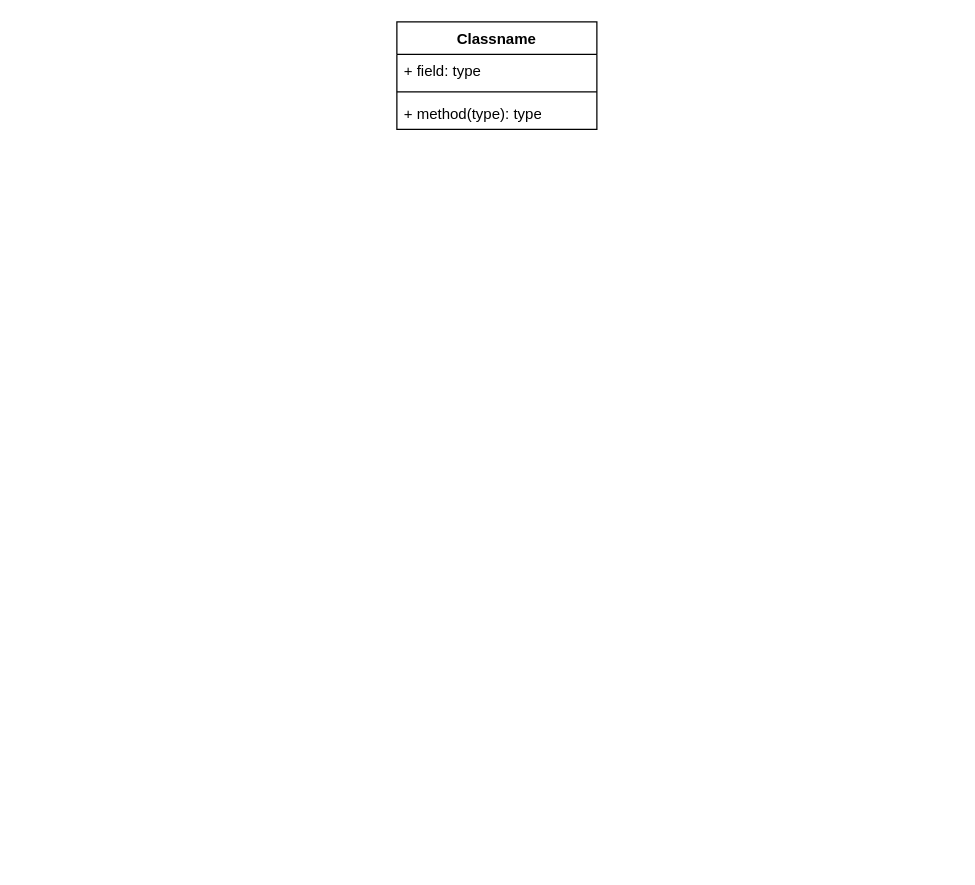
Before: page "uml" (2 of 2) of tongdengfund/ppl.drawio in mistyeye11/drawio, a draw.io diagram. Source tidied: cells renumbered, new cells numbered last; positions are measured from the earlier drawing's top-left corner, leaving out a move shared by most shapes. Both pictures are drawn from the tidied source at 125%, with x=0, y=0 at pixel (396, 21).
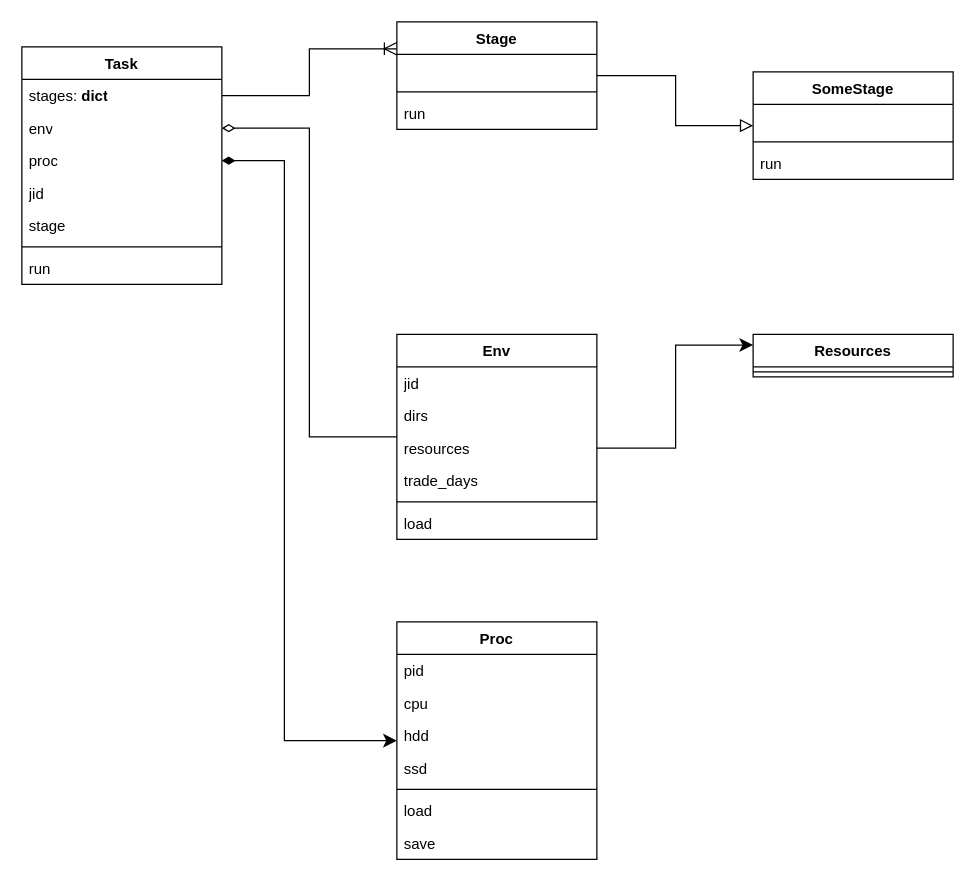
After the change.

Change to the diagram source:
```diff
@@
+    <mxCell id="6" style="edgeStyle=elbowEdgeStyle;rounded=0;jettySize=auto;html=1;fontSize=12;startSize=8;endSize=8;endArrow=block;endFill=0;" parent="1" edge="1" source="2" target="25">
+      <mxGeometry relative="1" as="geometry" />
+    </mxCell>
-    <mxCell id="2" value="Classname" style="swimlane;fontStyle=1;align=center;verticalAlign=top;horizontal=1;startSize=26;whiteSpace=wrap;html=1;" parent="1" vertex="1">
+    <mxCell id="2" value="Stage" style="swimlane;fontStyle=1;align=center;verticalAlign=top;horizontal=1;startSize=26;whiteSpace=wrap;html=1;" parent="1" vertex="1">
       <mxGeometry width="160" height="86" as="geometry" />
     </mxCell>
-    <mxCell id="3" value="+ field: type" style="text;strokeColor=none;fillColor=none;align=left;verticalAlign=top;spacingLeft=4;spacingRight=4;overflow=hidden;whiteSpace=wrap;html=1;" parent="2" vertex="1">
+    <mxCell id="3" value="&amp;nbsp;" style="text;strokeColor=none;fillColor=none;align=left;verticalAlign=top;spacingLeft=4;spacingRight=4;overflow=hidden;whiteSpace=wrap;html=1;" parent="2" vertex="1">
       <mxGeometry y="26" width="160" height="26" as="geometry" />
     </mxCell>
@@
-    <mxCell id="5" value="+ method(type): type" style="text;strokeColor=none;fillColor=none;align=left;verticalAlign=top;spacingLeft=4;spacingRight=4;overflow=hidden;whiteSpace=wrap;html=1;" parent="2" vertex="1">
+    <mxCell id="5" value="run" style="text;strokeColor=none;fillColor=none;align=left;verticalAlign=top;spacingLeft=4;spacingRight=4;overflow=hidden;whiteSpace=wrap;html=1;" parent="2" vertex="1">
       <mxGeometry y="60" width="160" height="26" as="geometry" />
     </mxCell>
+    <mxCell id="7" style="edgeStyle=elbowEdgeStyle;rounded=0;jettySize=auto;html=1;fontSize=12;startSize=8;endSize=8;exitX=1;exitY=0.5;exitDx=0;exitDy=0;endArrow=none;endFill=0;startArrow=diamondThin;startFill=0;" parent="1" edge="1" source="10" target="29">
+      <mxGeometry relative="1" as="geometry" />
+    </mxCell>
+    <mxCell id="8" value="Task" style="swimlane;fontStyle=1;align=center;verticalAlign=top;horizontal=1;startSize=26;whiteSpace=wrap;html=1;" parent="1" vertex="1">
+      <mxGeometry x="-300" y="20" width="160" height="190" as="geometry" />
+    </mxCell>
+    <mxCell id="9" value="stages: &lt;b&gt;dict&lt;/b&gt;" style="text;strokeColor=none;fillColor=none;align=left;verticalAlign=top;spacingLeft=4;spacingRight=4;overflow=hidden;points=[[0,0.5],[1,0.5]];portConstraint=eastwest;whiteSpace=wrap;html=1;" parent="8" vertex="1">
+      <mxGeometry y="26" width="160" height="26" as="geometry" />
+    </mxCell>
+    <mxCell id="10" value="env" style="text;strokeColor=none;fillColor=none;align=left;verticalAlign=top;spacingLeft=4;spacingRight=4;overflow=hidden;points=[[0,0.5],[1,0.5]];portConstraint=eastwest;whiteSpace=wrap;html=1;" parent="8" vertex="1">
+      <mxGeometry y="52" width="160" height="26" as="geometry" />
+    </mxCell>
+    <mxCell id="11" value="proc" style="text;strokeColor=none;fillColor=none;align=left;verticalAlign=top;spacingLeft=4;spacingRight=4;overflow=hidden;points=[[0,0.5],[1,0.5]];portConstraint=eastwest;whiteSpace=wrap;html=1;" parent="8" vertex="1">
+      <mxGeometry y="78" width="160" height="26" as="geometry" />
+    </mxCell>
+    <mxCell id="12" value="jid" style="text;strokeColor=none;fillColor=none;align=left;verticalAlign=top;spacingLeft=4;spacingRight=4;overflow=hidden;whiteSpace=wrap;html=1;" parent="8" vertex="1">
+      <mxGeometry y="104" width="160" height="26" as="geometry" />
+    </mxCell>
+    <mxCell id="13" value="stage" style="text;strokeColor=none;fillColor=none;align=left;verticalAlign=top;spacingLeft=4;spacingRight=4;overflow=hidden;whiteSpace=wrap;html=1;" parent="8" vertex="1">
+      <mxGeometry y="130" width="160" height="26" as="geometry" />
+    </mxCell>
+    <mxCell id="14" style="line;strokeWidth=1;fillColor=none;align=left;verticalAlign=middle;spacingTop=-1;spacingLeft=3;spacingRight=3;labelPosition=right;strokeColor=inherit;" parent="8" vertex="1">
+      <mxGeometry y="156" width="160" height="8" as="geometry" />
+    </mxCell>
+    <mxCell id="15" value="run" style="text;strokeColor=none;fillColor=none;align=left;verticalAlign=top;spacingLeft=4;spacingRight=4;overflow=hidden;whiteSpace=wrap;html=1;" parent="8" vertex="1">
+      <mxGeometry y="164" width="160" height="26" as="geometry" />
+    </mxCell>
+    <mxCell id="16" value="Proc" style="swimlane;fontStyle=1;align=center;verticalAlign=top;horizontal=1;startSize=26;whiteSpace=wrap;html=1;" parent="1" vertex="1">
+      <mxGeometry y="480" width="160" height="190" as="geometry" />
+    </mxCell>
+    <mxCell id="17" value="&lt;div&gt;pid&lt;/div&gt;" style="text;strokeColor=none;fillColor=none;align=left;verticalAlign=top;spacingLeft=4;spacingRight=4;overflow=hidden;whiteSpace=wrap;html=1;" parent="16" vertex="1">
+      <mxGeometry y="26" width="160" height="26" as="geometry" />
+    </mxCell>
+    <mxCell id="18" value="cpu" style="text;strokeColor=none;fillColor=none;align=left;verticalAlign=top;spacingLeft=4;spacingRight=4;overflow=hidden;whiteSpace=wrap;html=1;" parent="16" vertex="1">
+      <mxGeometry y="52" width="160" height="26" as="geometry" />
+    </mxCell>
+    <mxCell id="19" value="hdd" style="text;strokeColor=none;fillColor=none;align=left;verticalAlign=top;spacingLeft=4;spacingRight=4;overflow=hidden;whiteSpace=wrap;html=1;" parent="16" vertex="1">
+      <mxGeometry y="78" width="160" height="26" as="geometry" />
+    </mxCell>
+    <mxCell id="20" value="ssd" style="text;strokeColor=none;fillColor=none;align=left;verticalAlign=top;spacingLeft=4;spacingRight=4;overflow=hidden;whiteSpace=wrap;html=1;" parent="16" vertex="1">
+      <mxGeometry y="104" width="160" height="26" as="geometry" />
+    </mxCell>
+    <mxCell id="21" style="line;strokeWidth=1;fillColor=none;align=left;verticalAlign=middle;spacingTop=-1;spacingLeft=3;spacingRight=3;labelPosition=right;strokeColor=inherit;" parent="16" vertex="1">
+      <mxGeometry y="130" width="160" height="8" as="geometry" />
+    </mxCell>
+    <mxCell id="22" value="load" style="text;strokeColor=none;fillColor=none;align=left;verticalAlign=top;spacingLeft=4;spacingRight=4;overflow=hidden;whiteSpace=wrap;html=1;" parent="16" vertex="1">
+      <mxGeometry y="138" width="160" height="26" as="geometry" />
+    </mxCell>
+    <mxCell id="23" value="save" style="text;strokeColor=none;fillColor=none;align=left;verticalAlign=top;spacingLeft=4;spacingRight=4;overflow=hidden;whiteSpace=wrap;html=1;" parent="16" vertex="1">
+      <mxGeometry y="164" width="160" height="26" as="geometry" />
+    </mxCell>
+    <mxCell id="24" style="edgeStyle=orthogonalEdgeStyle;rounded=0;jettySize=auto;html=1;entryX=0;entryY=0.25;entryDx=0;entryDy=0;fontSize=12;startSize=8;endSize=8;endArrow=ERoneToMany;endFill=0;exitX=1;exitY=0.5;exitDx=0;exitDy=0;" parent="1" edge="1" source="9" target="2">
+      <mxGeometry relative="1" as="geometry" />
+    </mxCell>
+    <mxCell id="25" value="&lt;div&gt;SomeStage&lt;/div&gt;" style="swimlane;fontStyle=1;align=center;verticalAlign=top;horizontal=1;startSize=26;whiteSpace=wrap;html=1;" parent="1" vertex="1">
+      <mxGeometry x="285" y="40" width="160" height="86" as="geometry" />
+    </mxCell>
+    <mxCell id="26" value="&amp;nbsp;" style="text;strokeColor=none;fillColor=none;align=left;verticalAlign=top;spacingLeft=4;spacingRight=4;overflow=hidden;whiteSpace=wrap;html=1;" parent="25" vertex="1">
+      <mxGeometry y="26" width="160" height="26" as="geometry" />
+    </mxCell>
+    <mxCell id="27" style="line;strokeWidth=1;fillColor=none;align=left;verticalAlign=middle;spacingTop=-1;spacingLeft=3;spacingRight=3;labelPosition=right;strokeColor=inherit;" parent="25" vertex="1">
+      <mxGeometry y="52" width="160" height="8" as="geometry" />
+    </mxCell>
+    <mxCell id="28" value="run" style="text;strokeColor=none;fillColor=none;align=left;verticalAlign=top;spacingLeft=4;spacingRight=4;overflow=hidden;whiteSpace=wrap;html=1;" parent="25" vertex="1">
+      <mxGeometry y="60" width="160" height="26" as="geometry" />
+    </mxCell>
+    <mxCell id="29" value="Env" style="swimlane;fontStyle=1;align=center;verticalAlign=top;horizontal=1;startSize=26;whiteSpace=wrap;html=1;" parent="1" vertex="1">
+      <mxGeometry y="250" width="160" height="164" as="geometry" />
+    </mxCell>
+    <mxCell id="30" value="jid" style="text;strokeColor=none;fillColor=none;align=left;verticalAlign=top;spacingLeft=4;spacingRight=4;overflow=hidden;whiteSpace=wrap;html=1;" parent="29" vertex="1">
+      <mxGeometry y="26" width="160" height="26" as="geometry" />
+    </mxCell>
+    <mxCell id="31" value="&lt;div&gt;dirs&lt;/div&gt;" style="text;strokeColor=none;fillColor=none;align=left;verticalAlign=top;spacingLeft=4;spacingRight=4;overflow=hidden;whiteSpace=wrap;html=1;" parent="29" vertex="1">
+      <mxGeometry y="52" width="160" height="26" as="geometry" />
+    </mxCell>
+    <mxCell id="32" value="&lt;div&gt;resources&lt;/div&gt;" style="text;strokeColor=none;fillColor=none;align=left;verticalAlign=top;spacingLeft=4;spacingRight=4;overflow=hidden;points=[[0,0.5],[1,0.5]];portConstraint=eastwest;whiteSpace=wrap;html=1;" parent="29" vertex="1">
+      <mxGeometry y="78" width="160" height="26" as="geometry" />
+    </mxCell>
+    <mxCell id="33" value="&lt;div&gt;trade_days&lt;/div&gt;" style="text;strokeColor=none;fillColor=none;align=left;verticalAlign=top;spacingLeft=4;spacingRight=4;overflow=hidden;whiteSpace=wrap;html=1;" parent="29" vertex="1">
+      <mxGeometry y="104" width="160" height="26" as="geometry" />
+    </mxCell>
+    <mxCell id="34" style="line;strokeWidth=1;fillColor=none;align=left;verticalAlign=middle;spacingTop=-1;spacingLeft=3;spacingRight=3;labelPosition=right;strokeColor=inherit;" parent="29" vertex="1">
+      <mxGeometry y="130" width="160" height="8" as="geometry" />
+    </mxCell>
+    <mxCell id="35" value="load" style="text;strokeColor=none;fillColor=none;align=left;verticalAlign=top;spacingLeft=4;spacingRight=4;overflow=hidden;whiteSpace=wrap;html=1;" parent="29" vertex="1">
+      <mxGeometry y="138" width="160" height="26" as="geometry" />
+    </mxCell>
+    <mxCell id="36" value="Resources" style="swimlane;fontStyle=1;align=center;verticalAlign=top;horizontal=1;startSize=26;whiteSpace=wrap;html=1;" parent="1" vertex="1">
+      <mxGeometry x="285" y="250" width="160" height="34" as="geometry" />
+    </mxCell>
+    <mxCell id="37" style="line;strokeWidth=1;fillColor=none;align=left;verticalAlign=middle;spacingTop=-1;spacingLeft=3;spacingRight=3;labelPosition=right;strokeColor=inherit;" parent="36" vertex="1">
+      <mxGeometry y="26" width="160" height="8" as="geometry" />
+    </mxCell>
+    <mxCell id="38" style="edgeStyle=elbowEdgeStyle;rounded=0;jettySize=auto;html=1;exitX=1;exitY=0.5;exitDx=0;exitDy=0;fontSize=12;startSize=8;endSize=8;startArrow=diamondThin;startFill=1;" parent="1" edge="1" source="11" target="16">
+      <mxGeometry relative="1" as="geometry">
+        <Array as="points">
+          <mxPoint x="-90" y="330" />
+        </Array>
+      </mxGeometry>
+    </mxCell>
+    <mxCell id="39" style="edgeStyle=elbowEdgeStyle;rounded=0;jettySize=auto;html=1;exitX=1;exitY=0.5;exitDx=0;exitDy=0;fontSize=12;startSize=8;endSize=8;entryX=0;entryY=0.25;entryDx=0;entryDy=0;" parent="1" edge="1" source="32" target="36">
+      <mxGeometry relative="1" as="geometry" />
+    </mxCell>
```
